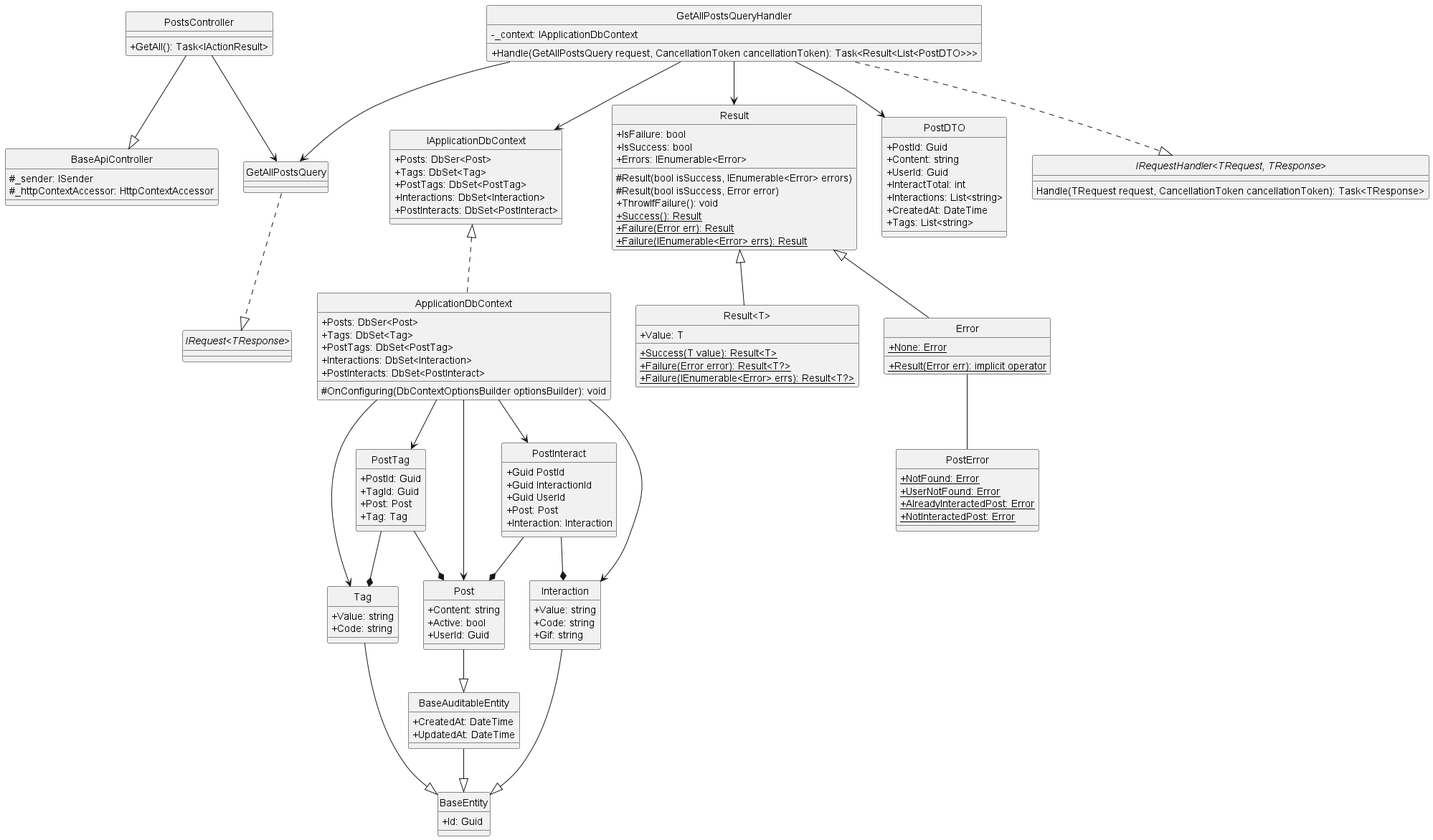
Above: docs/Class Diagram/Post/Post/GetAllPost/ClassDiagram/getAllPost.png in Carl-Johnsons/Chat-Application (PlantUML), before the change.
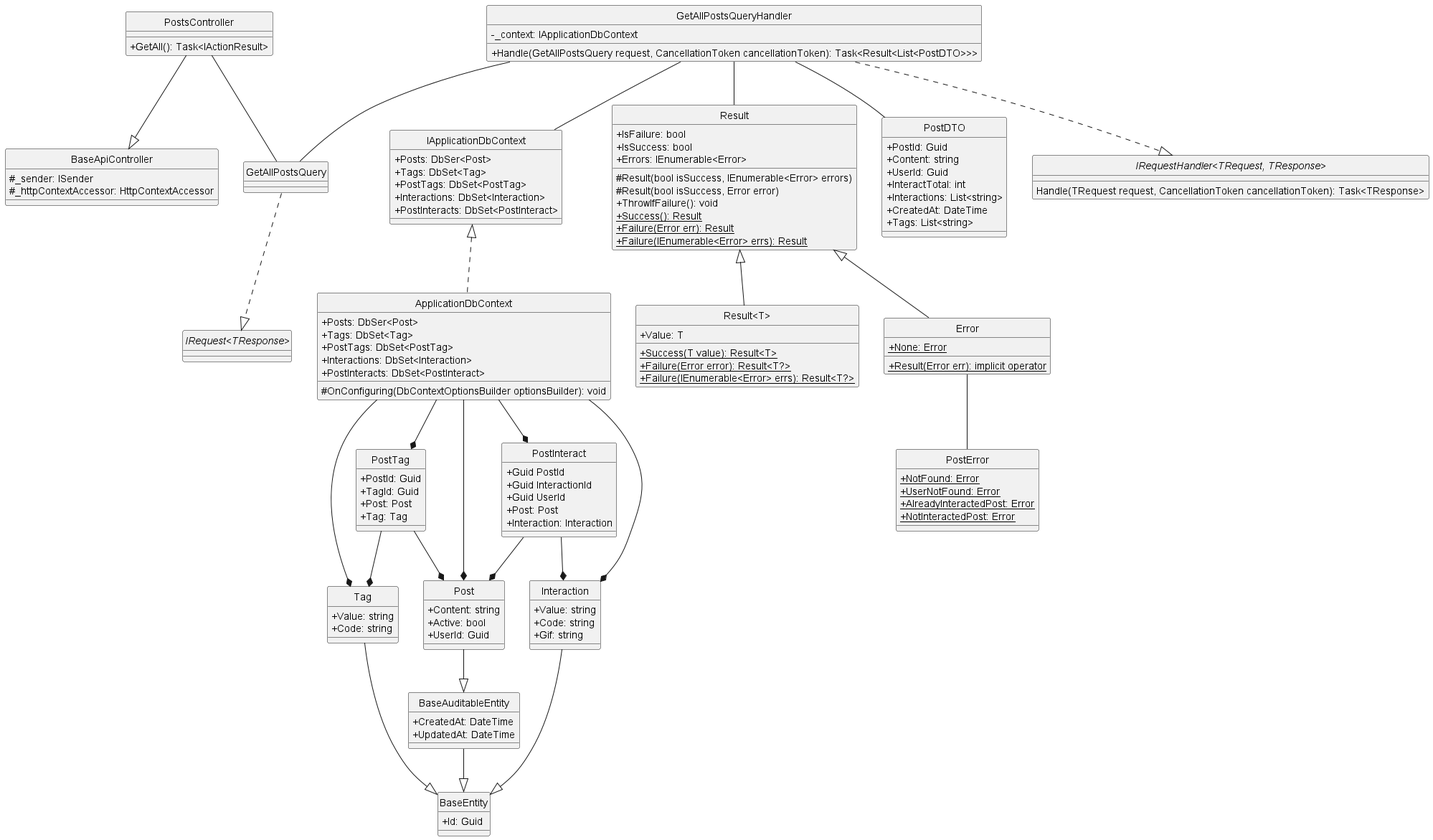
Later version of the same file.

The edit, as a diff of the source:
```diff
@@ -123,13 +123,13 @@
 }
 
 PostsController --|> BaseApiController
-PostsController --> GetAllPostsQuery
+PostsController -- GetAllPostsQuery
 GetAllPostsQuery ..|> "IRequest<TResponse>"
 GetAllPostsQueryHandler ..|> "IRequestHandler<TRequest, TResponse>"
-GetAllPostsQueryHandler --> GetAllPostsQuery
-GetAllPostsQueryHandler --> Result
-GetAllPostsQueryHandler --> IApplicationDbContext
-GetAllPostsQueryHandler --> PostDTO
+GetAllPostsQueryHandler -- GetAllPostsQuery
+GetAllPostsQueryHandler -- Result
+GetAllPostsQueryHandler -- IApplicationDbContext
+GetAllPostsQueryHandler -- PostDTO
 Result <|-- Error
 Result <|-- "Result<T>"
 Error -- PostError
@@ -142,9 +142,9 @@
 PostInteract --* Post
 PostInteract --* Interaction
 IApplicationDbContext <|.. ApplicationDbContext
-ApplicationDbContext --> Tag
-ApplicationDbContext --> Post
-ApplicationDbContext --> PostTag
-ApplicationDbContext --> Interaction
-ApplicationDbContext --> PostInteract
+ApplicationDbContext --* Tag
+ApplicationDbContext --* Post
+ApplicationDbContext --* PostTag
+ApplicationDbContext --* Interaction
+ApplicationDbContext --* PostInteract
 @enduml
```
